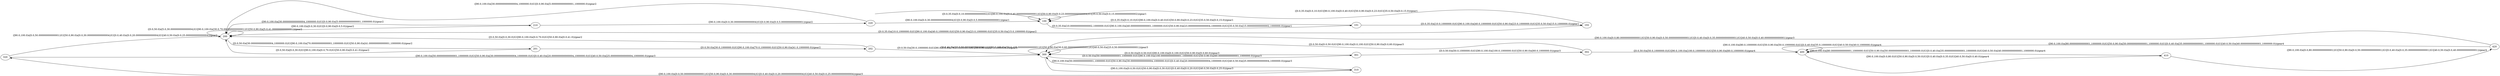
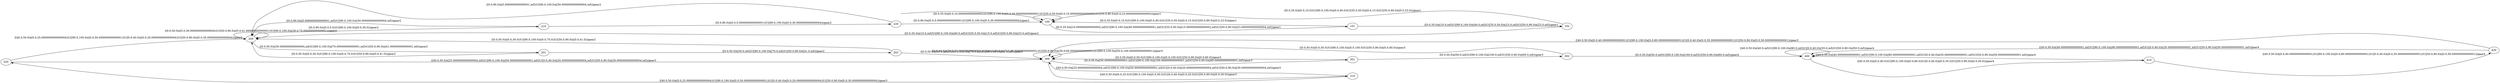
digraph gearShift{
 rankdir=LR;
320[label=320]
100[label=100]
XX100 [color=white, label=""]420[label=420]
101[label=101]
102[label=102]
200[label=200]
201[label=201]
202[label=202]
300[label=300]
301[label=301]
302[label=302]
400[label=400]
210[label=210]
310[label=310]
410[label=410]
220[label=220]
XX100 -> 100
- 320 -> 300 [label="([90.0,100.0)x[50.00000000000001,1000000.0))U([50.0,90.0)x[30.000000000000004,1000000.0))U([0.0,40.0)x[20.000000000000004,1000000.0))U([40.0,50.0)x[25.000000000000004,1000000.0))/gear3"]
- 320 -> 200 [label="([90.0,100.0)x[0.0,50.00000000000001))U([50.0,90.0)x[0.0,30.000000000000004))U([0.0,40.0)x[0.0,20.000000000000004))U([40.0,50.0)x[0.0,25.000000000000004))/gear2"]
- 100 -> 101 [label="([0.0,35.0)x[10.000000000000002,1000000.0))U([90.0,100.0)x[40.00000000000001,1000000.0))U([50.0,90.0)x[23.000000000000004,1000000.0))U([35.0,50.0)x[15.000000000000002,1000000.0))/gear1"]
- 100 -> 100 [label="([0.0,35.0)x[0.0,10.000000000000002))U([90.0,100.0)x[0.0,40.00000000000001))U([50.0,90.0)x[0.0,23.000000000000004))U([35.0,50.0)x[0.0,15.000000000000002))/gear1"]
- 420 -> 400 [label="([90.0,100.0)x[80.00000000000001,1000000.0))U([50.0,90.0)x[50.00000000000001,1000000.0))U([0.0,40.0)x[35.00000000000001,1000000.0))U([40.0,50.0)x[40.00000000000001,1000000.0))/gear4"]
- 420 -> 300 [label="([90.0,100.0)x[0.0,80.00000000000001))U([50.0,90.0)x[0.0,50.00000000000001))U([0.0,40.0)x[0.0,35.00000000000001))U([40.0,50.0)x[0.0,40.00000000000001))/gear3"]
- 101 -> 102 [label="([0.0,35.0)x[10.0,1000000.0))U([90.0,100.0)x[40.0,1000000.0))U([50.0,90.0)x[23.0,1000000.0))U([35.0,50.0)x[15.0,1000000.0))/gear1"]
- 101 -> 100 [label="([0.0,35.0)x[0.0,10.0))U([90.0,100.0)x[0.0,40.0))U([50.0,90.0)x[0.0,23.0))U([35.0,50.0)x[0.0,15.0))/gear1"]
- 102 -> 100 [label="([0.0,35.0)x[0.0,10.0))U([90.0,100.0)x[0.0,40.0))U([50.0,90.0)x[0.0,23.0))U([35.0,50.0)x[0.0,15.0))/gear1"]
- 102 -> 200 [label="([0.0,35.0)x[10.0,1000000.0))U([90.0,100.0)x[40.0,1000000.0))U([50.0,90.0)x[23.0,1000000.0))U([35.0,50.0)x[15.0,1000000.0))/gear2"]
- 200 -> 201 [label="([0.0,50.0)x[30.000000000000004,1000000.0))U([90.0,100.0)x[70.00000000000001,1000000.0))U([50.0,90.0)x[41.00000000000001,1000000.0))/gear2"]
- 200 -> 210 [label="([90.0,100.0)x[0.0,30.0))U([0.0,90.0)x[0.0,5.0))/gear2"]
- 200 -> 200 [label="([0.0,50.0)x[5.0,30.000000000000004))U([90.0,100.0)x[30.0,70.00000000000001))U([50.0,90.0)x[5.0,41.00000000000001))/gear2"]
- 201 -> 202 [label="([0.0,50.0)x[30.0,1000000.0))U([90.0,100.0)x[70.0,1000000.0))U([50.0,90.0)x[41.0,1000000.0))/gear2"]
+ 320 -> 200 [label="([40.0,50.0)x[0.0,25.000000000000004))U([90.0,100.0)x[0.0,50.00000000000001))U([0.0,40.0)x[0.0,20.000000000000004))U([50.0,90.0)x[0.0,30.000000000000004))/gear2"]
+ 320 -> 300 [label="([40.0,50.0)x[25.000000000000004,inf))U([90.0,100.0)x[50.00000000000001,inf))U([0.0,40.0)x[20.000000000000004,inf))U([50.0,90.0)x[30.000000000000004,inf))/gear3"]
+ 100 -> 100 [label="([0.0,35.0)x[0.0,10.000000000000002))U([90.0,100.0)x[0.0,40.00000000000001))U([35.0,50.0)x[0.0,15.000000000000002))U([50.0,90.0)x[0.0,23.000000000000004))/gear1"]
+ 100 -> 101 [label="([0.0,35.0)x[10.000000000000002,inf))U([90.0,100.0)x[40.00000000000001,inf))U([35.0,50.0)x[15.000000000000002,inf))U([50.0,90.0)x[23.000000000000004,inf))/gear1"]
+ 420 -> 300 [label="([40.0,50.0)x[0.0,40.00000000000001))U([90.0,100.0)x[0.0,80.00000000000001))U([0.0,40.0)x[0.0,35.00000000000001))U([50.0,90.0)x[0.0,50.00000000000001))/gear3"]
+ 420 -> 400 [label="([40.0,50.0)x[40.00000000000001,inf))U([90.0,100.0)x[80.00000000000001,inf))U([0.0,40.0)x[35.00000000000001,inf))U([50.0,90.0)x[50.00000000000001,inf))/gear4"]
+ 101 -> 102 [label="([0.0,35.0)x[10.0,inf))U([90.0,100.0)x[40.0,inf))U([35.0,50.0)x[15.0,inf))U([50.0,90.0)x[23.0,inf))/gear1"]
+ 101 -> 100 [label="([0.0,35.0)x[0.0,10.0))U([90.0,100.0)x[0.0,40.0))U([35.0,50.0)x[0.0,15.0))U([50.0,90.0)x[0.0,23.0))/gear1"]
+ 102 -> 100 [label="([0.0,35.0)x[0.0,10.0))U([90.0,100.0)x[0.0,40.0))U([35.0,50.0)x[0.0,15.0))U([50.0,90.0)x[0.0,23.0))/gear1"]
+ 102 -> 200 [label="([0.0,35.0)x[10.0,inf))U([90.0,100.0)x[40.0,inf))U([35.0,50.0)x[15.0,inf))U([50.0,90.0)x[23.0,inf))/gear2"]
+ 200 -> 200 [label="([0.0,50.0)x[5.0,30.000000000000004))U([50.0,90.0)x[5.0,41.00000000000001))U([90.0,100.0)x[30.0,70.00000000000001))/gear2"]
+ 200 -> 201 [label="([0.0,50.0)x[30.000000000000004,inf))U([90.0,100.0)x[70.00000000000001,inf))U([50.0,90.0)x[41.00000000000001,inf))/gear2"]
+ 200 -> 210 [label="([0.0,90.0)x[0.0,5.0))U([90.0,100.0)x[0.0,30.0))/gear2"]
201 -> 200 [label="([0.0,50.0)x[0.0,30.0))U([90.0,100.0)x[0.0,70.0))U([50.0,90.0)x[0.0,41.0))/gear2"]
- 202 -> 300 [label="([0.0,50.0)x[30.0,1000000.0))U([90.0,100.0)x[70.0,1000000.0))U([50.0,90.0)x[41.0,1000000.0))/gear3"]
+ 201 -> 202 [label="([0.0,50.0)x[30.0,inf))U([90.0,100.0)x[70.0,inf))U([50.0,90.0)x[41.0,inf))/gear2"]
202 -> 200 [label="([0.0,50.0)x[0.0,30.0))U([90.0,100.0)x[0.0,70.0))U([50.0,90.0)x[0.0,41.0))/gear2"]
- 300 -> 310 [label="([90.0,100.0)x[0.0,50.0))U([50.0,90.0)x[0.0,30.0))U([0.0,40.0)x[0.0,20.0))U([40.0,50.0)x[0.0,25.0))/gear3"]
- 300 -> 300 [label="([0.0,40.0)x[20.0,50.00000000000001))U([90.0,100.0)x[50.0,100.00000000000001))U([50.0,90.0)x[30.0,60.00000000000001))U([40.0,50.0)x[25.0,50.00000000000001))/gear3"]
- 300 -> 301 [label="([0.0,50.0)x[50.00000000000001,1000000.0))U([90.0,100.0)x[100.00000000000001,1000000.0))U([50.0,90.0)x[60.00000000000001,1000000.0))/gear3"]
- 301 -> 302 [label="([0.0,50.0)x[50.0,1000000.0))U([90.0,100.0)x[100.0,1000000.0))U([50.0,90.0)x[60.0,1000000.0))/gear3"]
+ 202 -> 300 [label="([0.0,50.0)x[30.0,inf))U([90.0,100.0)x[70.0,inf))U([50.0,90.0)x[41.0,inf))/gear3"]
+ 300 -> 300 [label="([0.0,40.0)x[20.0,50.00000000000001))U([40.0,50.0)x[25.0,50.00000000000001))U([50.0,90.0)x[30.0,60.00000000000001))U([90.0,100.0)x[50.0,100.00000000000001))/gear3"]
+ 300 -> 310 [label="([40.0,50.0)x[0.0,25.0))U([90.0,100.0)x[0.0,50.0))U([0.0,40.0)x[0.0,20.0))U([50.0,90.0)x[0.0,30.0))/gear3"]
+ 300 -> 301 [label="([0.0,50.0)x[50.00000000000001,inf))U([90.0,100.0)x[100.00000000000001,inf))U([50.0,90.0)x[60.00000000000001,inf))/gear3"]
+ 301 -> 302 [label="([0.0,50.0)x[50.0,inf))U([90.0,100.0)x[100.0,inf))U([50.0,90.0)x[60.0,inf))/gear3"]
301 -> 300 [label="([0.0,50.0)x[0.0,50.0))U([90.0,100.0)x[0.0,100.0))U([50.0,90.0)x[0.0,60.0))/gear3"]
+ 302 -> 400 [label="([0.0,50.0)x[50.0,inf))U([90.0,100.0)x[100.0,inf))U([50.0,90.0)x[60.0,inf))/gear4"]
302 -> 300 [label="([0.0,50.0)x[0.0,50.0))U([90.0,100.0)x[0.0,100.0))U([50.0,90.0)x[0.0,60.0))/gear3"]
- 302 -> 400 [label="([0.0,50.0)x[50.0,1000000.0))U([90.0,100.0)x[100.0,1000000.0))U([50.0,90.0)x[60.0,1000000.0))/gear4"]
- 400 -> 410 [label="([90.0,100.0)x[0.0,80.0))U([50.0,90.0)x[0.0,50.0))U([0.0,40.0)x[0.0,35.0))U([40.0,50.0)x[0.0,40.0))/gear4"]
- 400 -> 400 [label="([90.0,100.0)x[80.0,1000000.0))U([50.0,90.0)x[50.0,1000000.0))U([0.0,40.0)x[35.0,1000000.0))U([40.0,50.0)x[40.0,1000000.0))/gear4"]
- 210 -> 200 [label="([90.0,100.0)x[30.000000000000004,1000000.0))U([0.0,90.0)x[5.000000000000001,1000000.0))/gear2"]
- 210 -> 220 [label="([90.0,100.0)x[0.0,30.000000000000004))U([0.0,90.0)x[0.0,5.000000000000001))/gear2"]
- 310 -> 320 [label="([90.0,100.0)x[0.0,50.00000000000001))U([50.0,90.0)x[0.0,30.000000000000004))U([0.0,40.0)x[0.0,20.000000000000004))U([40.0,50.0)x[0.0,25.000000000000004))/gear3"]
- 310 -> 300 [label="([90.0,100.0)x[50.00000000000001,1000000.0))U([50.0,90.0)x[30.000000000000004,1000000.0))U([0.0,40.0)x[20.000000000000004,1000000.0))U([40.0,50.0)x[25.000000000000004,1000000.0))/gear3"]
- 410 -> 420 [label="([90.0,100.0)x[0.0,80.00000000000001))U([50.0,90.0)x[0.0,50.00000000000001))U([0.0,40.0)x[0.0,35.00000000000001))U([40.0,50.0)x[0.0,40.00000000000001))/gear4"]
- 410 -> 400 [label="([90.0,100.0)x[80.00000000000001,1000000.0))U([50.0,90.0)x[50.00000000000001,1000000.0))U([0.0,40.0)x[35.00000000000001,1000000.0))U([40.0,50.0)x[40.00000000000001,1000000.0))/gear4"]
- 220 -> 100 [label="([90.0,100.0)x[0.0,30.000000000000004))U([0.0,90.0)x[0.0,5.000000000000001))/gear1"]
- 220 -> 200 [label="([90.0,100.0)x[30.000000000000004,1000000.0))U([0.0,90.0)x[5.000000000000001,1000000.0))/gear2"]
+ 400 -> 410 [label="([40.0,50.0)x[0.0,40.0))U([90.0,100.0)x[0.0,80.0))U([0.0,40.0)x[0.0,35.0))U([50.0,90.0)x[0.0,50.0))/gear4"]
+ 400 -> 400 [label="([40.0,50.0)x[40.0,inf))U([90.0,100.0)x[80.0,inf))U([0.0,40.0)x[35.0,inf))U([50.0,90.0)x[50.0,inf))/gear4"]
+ 210 -> 220 [label="([0.0,90.0)x[0.0,5.000000000000001))U([90.0,100.0)x[0.0,30.000000000000004))/gear2"]
+ 210 -> 200 [label="([0.0,90.0)x[5.000000000000001,inf))U([90.0,100.0)x[30.000000000000004,inf))/gear2"]
+ 310 -> 300 [label="([40.0,50.0)x[25.000000000000004,inf))U([90.0,100.0)x[50.00000000000001,inf))U([0.0,40.0)x[20.000000000000004,inf))U([50.0,90.0)x[30.000000000000004,inf))/gear3"]
+ 310 -> 320 [label="([40.0,50.0)x[0.0,25.000000000000004))U([90.0,100.0)x[0.0,50.00000000000001))U([0.0,40.0)x[0.0,20.000000000000004))U([50.0,90.0)x[0.0,30.000000000000004))/gear3"]
+ 410 -> 400 [label="([40.0,50.0)x[40.00000000000001,inf))U([90.0,100.0)x[80.00000000000001,inf))U([0.0,40.0)x[35.00000000000001,inf))U([50.0,90.0)x[50.00000000000001,inf))/gear4"]
+ 410 -> 420 [label="([40.0,50.0)x[0.0,40.00000000000001))U([90.0,100.0)x[0.0,80.00000000000001))U([0.0,40.0)x[0.0,35.00000000000001))U([50.0,90.0)x[0.0,50.00000000000001))/gear4"]
+ 220 -> 100 [label="([0.0,90.0)x[0.0,5.000000000000001))U([90.0,100.0)x[0.0,30.000000000000004))/gear1"]
+ 220 -> 200 [label="([0.0,90.0)x[5.000000000000001,inf))U([90.0,100.0)x[30.000000000000004,inf))/gear2"]
}